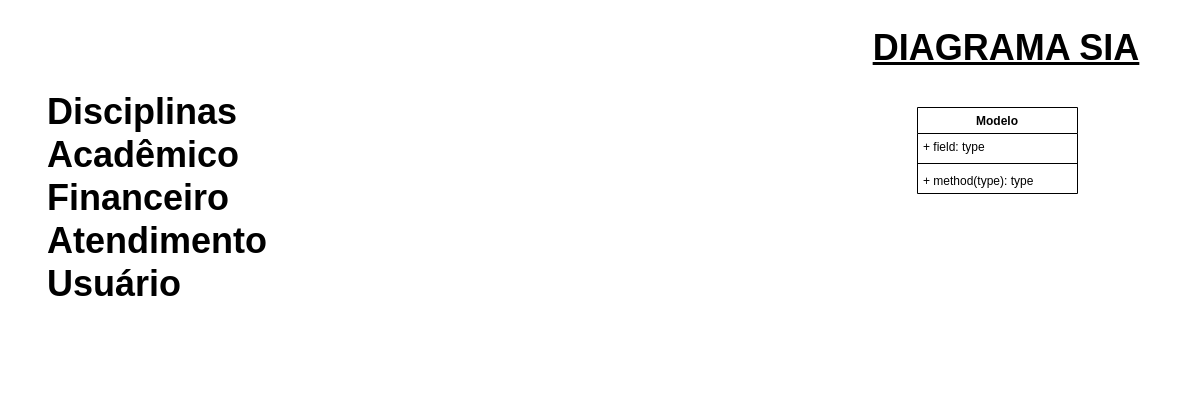
This is DiagramaDeClasse.drawio from Mathschmidt/POO-Abstracao, a draw.io file, before an edit. Source tidied: cells renumbered, new cells numbered last; positions are measured from the earlier drawing's top-left corner, leaving out a move shared by most shapes. Both pictures are drawn from the tidied source at 100%, with x=0, y=0 at pixel (17, 17).
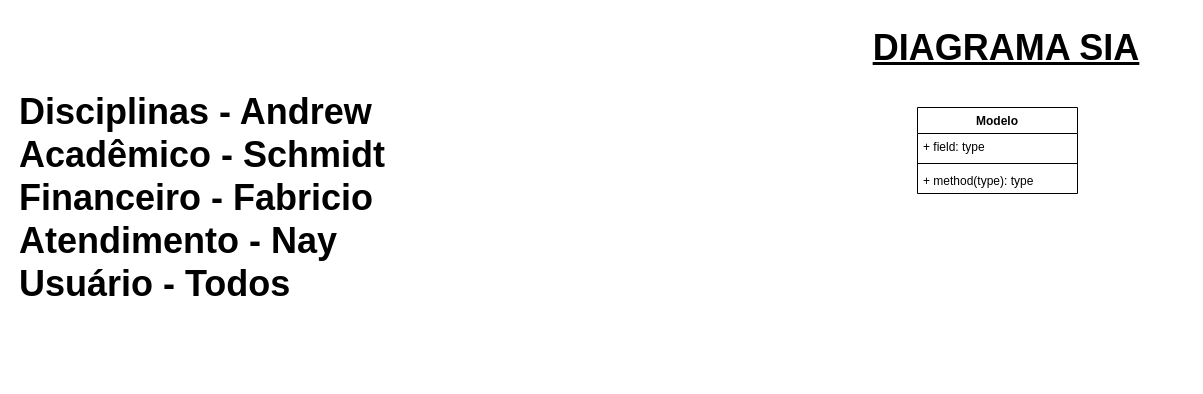
The same diagram, later.

The edit, as a diff of the source:
```diff
@@
 <mxGraphModel>
   <root>
     <mxCell id="0" />
     <mxCell id="1" parent="0" />
     <mxCell id="2" value="&lt;span style=&quot;font-size: 36px&quot;&gt;&lt;b&gt;&lt;u&gt;DIAGRAMA SIA&lt;/u&gt;&lt;/b&gt;&lt;/span&gt;" style="text;html=1;strokeColor=none;fillColor=none;align=center;verticalAlign=middle;whiteSpace=wrap;rounded=0;" parent="1" vertex="1">
       <mxGeometry x="809" width="360" height="60" as="geometry" />
     </mxCell>
     <mxCell id="3" value="Modelo" style="swimlane;fontStyle=1;align=center;verticalAlign=top;horizontal=1;startSize=26;" parent="1" vertex="1">
       <mxGeometry x="900" y="90" width="160" height="86" as="geometry" />
     </mxCell>
     <mxCell id="4" value="+ field: type" style="text;strokeColor=none;fillColor=none;align=left;verticalAlign=top;spacingLeft=4;spacingRight=4;overflow=hidden;" parent="3" vertex="1">
       <mxGeometry y="26" width="160" height="26" as="geometry" />
     </mxCell>
     <mxCell id="5" style="line;strokeWidth=1;fillColor=none;align=left;verticalAlign=middle;spacingTop=-1;spacingLeft=3;spacingRight=3;labelPosition=right;" parent="3" vertex="1">
       <mxGeometry y="52" width="160" height="8" as="geometry" />
     </mxCell>
     <mxCell id="6" value="+ method(type): type" style="text;strokeColor=none;fillColor=none;align=left;verticalAlign=top;spacingLeft=4;spacingRight=4;overflow=hidden;" parent="3" vertex="1">
       <mxGeometry y="60" width="160" height="26" as="geometry" />
     </mxCell>
-    <mxCell id="7" value="&lt;div style=&quot;text-align: left&quot;&gt;&lt;span style=&quot;font-size: 36px&quot;&gt;&lt;b&gt;Disciplinas&lt;/b&gt;&lt;/span&gt;&lt;/div&gt;&lt;div style=&quot;text-align: left&quot;&gt;&lt;span style=&quot;font-size: 36px&quot;&gt;&lt;b&gt;Acadêmico&lt;/b&gt;&lt;/span&gt;&lt;/div&gt;&lt;div style=&quot;text-align: left&quot;&gt;&lt;span style=&quot;font-size: 36px&quot;&gt;&lt;b&gt;Financeiro&lt;/b&gt;&lt;/span&gt;&lt;/div&gt;&lt;div style=&quot;text-align: left&quot;&gt;&lt;span style=&quot;font-size: 36px&quot;&gt;&lt;b&gt;Atendimento&lt;/b&gt;&lt;/span&gt;&lt;/div&gt;&lt;div style=&quot;text-align: left&quot;&gt;&lt;span style=&quot;font-size: 36px&quot;&gt;&lt;b&gt;Usuário&lt;/b&gt;&lt;/span&gt;&lt;/div&gt;" style="text;html=1;strokeColor=none;fillColor=none;align=center;verticalAlign=middle;whiteSpace=wrap;rounded=0;" parent="1" vertex="1">
-      <mxGeometry width="280" height="360" as="geometry" />
+    <mxCell id="7" value="&lt;div&gt;&lt;span style=&quot;font-size: 36px&quot;&gt;&lt;b&gt;Disciplinas - Andrew&lt;/b&gt;&lt;/span&gt;&lt;/div&gt;&lt;div&gt;&lt;span style=&quot;font-size: 36px&quot;&gt;&lt;b&gt;Acadêmico - Schmidt&lt;/b&gt;&lt;/span&gt;&lt;/div&gt;&lt;div&gt;&lt;span style=&quot;font-size: 36px&quot;&gt;&lt;b&gt;Financeiro - Fabricio&lt;/b&gt;&lt;/span&gt;&lt;/div&gt;&lt;div&gt;&lt;span style=&quot;font-size: 36px&quot;&gt;&lt;b&gt;Atendimento - Nay&lt;/b&gt;&lt;/span&gt;&lt;/div&gt;&lt;div&gt;&lt;span style=&quot;font-size: 36px&quot;&gt;&lt;b&gt;Usuário - Todos&lt;/b&gt;&lt;/span&gt;&lt;/div&gt;" style="text;html=1;strokeColor=none;fillColor=none;align=left;verticalAlign=middle;whiteSpace=wrap;rounded=0;" parent="1" vertex="1">
+      <mxGeometry width="480" height="360" as="geometry" />
     </mxCell>
   </root>
 </mxGraphModel>
```
